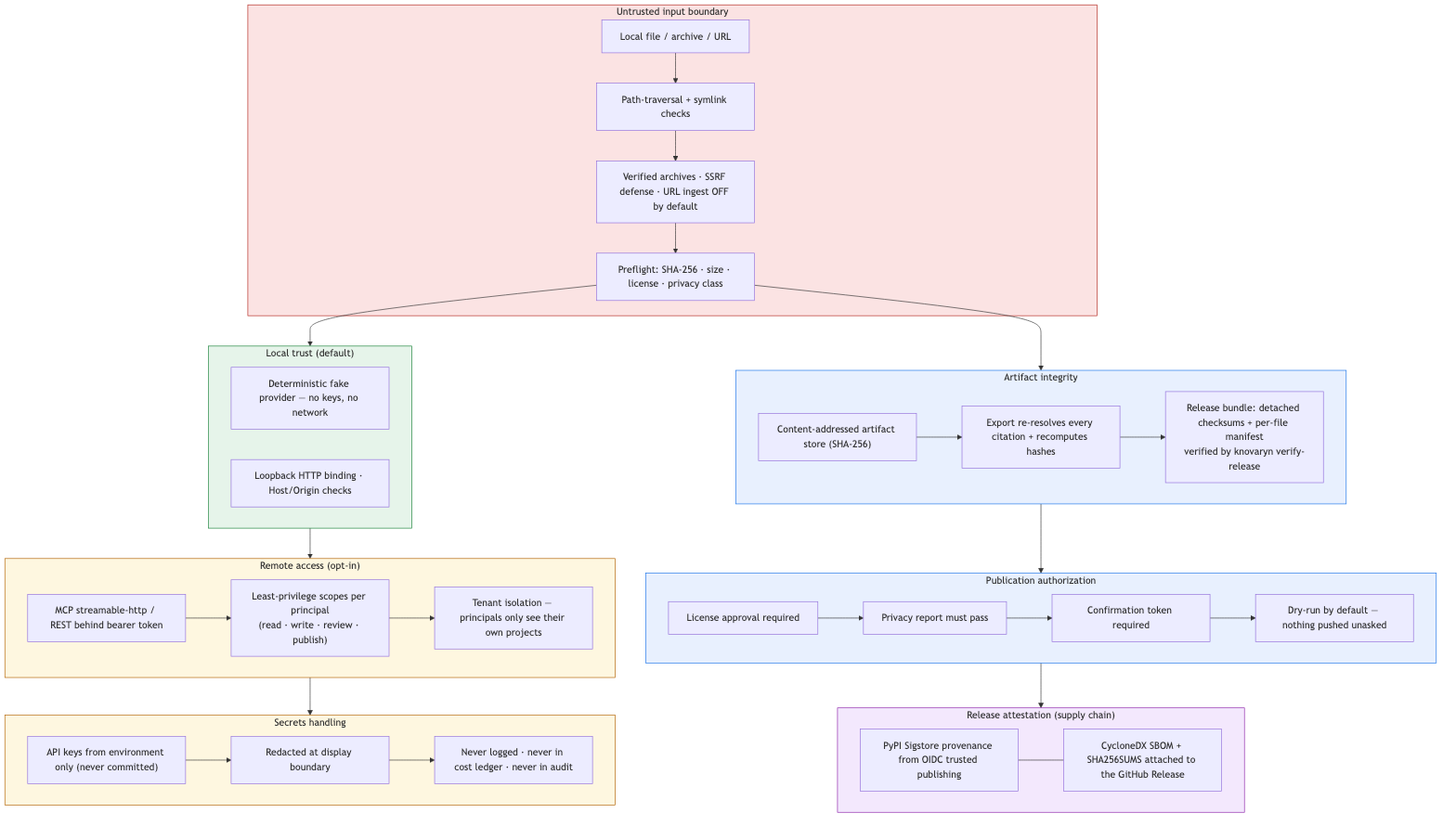
waalwalker1/knovaryn keeps this Mermaid diagram as docs/assets/security.png. Above is the earlier version. Its source is kept beside it as docs/assets/diagrams/security.mmd.
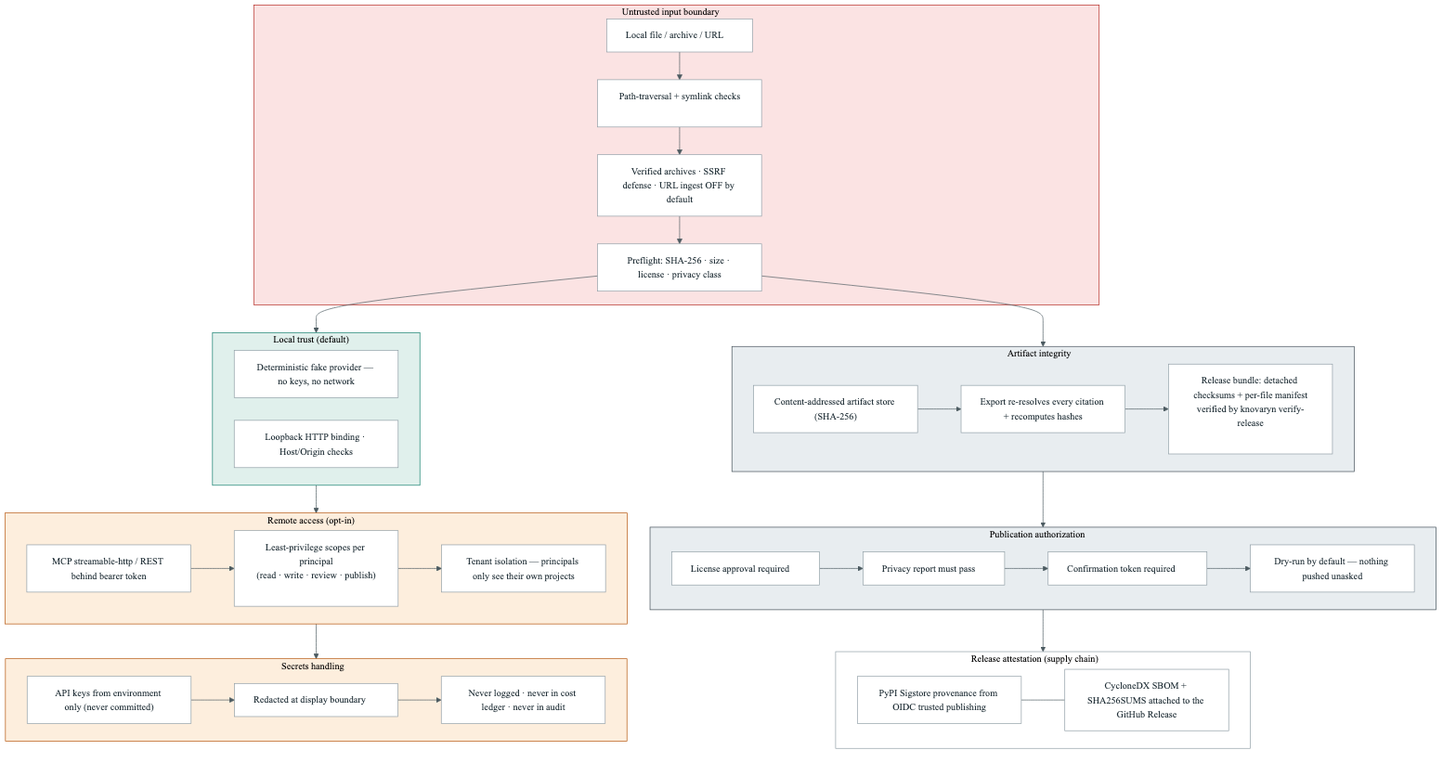
After the commit.

Change to the diagram source:
```diff
@@ -1,3 +1,4 @@
+%%{init: {"theme": "base", "themeVariables": {"primaryColor": "#ffffff", "primaryBorderColor": "#909ea6", "primaryTextColor": "#1c2b33", "lineColor": "#4c5b61", "clusterBkg": "#f7f6f2", "clusterBorder": "#d3dadd", "fontFamily": "-apple-system, BlinkMacSystemFont, Segoe UI, sans-serif", "fontSize": "15px"}, "flowchart": {"nodeSpacing": 36, "rankSpacing": 44}}}%%
 flowchart TD
     subgraph INTAKE["Untrusted input boundary"]
         T1["Local file / archive / URL"]
@@ -56,9 +57,9 @@
     PUBLISH --> RELEASE
 
     style INTAKE fill:#fbe3e3,stroke:#b3261e
-    style REMOTE fill:#fef7e0,stroke:#b06000
-    style SECRETS fill:#fef7e0,stroke:#b06000
-    style LOCAL fill:#e6f4ea,stroke:#188038
-    style ARTIFACTS fill:#e8f0fe,stroke:#1a73e8
-    style PUBLISH fill:#e8f0fe,stroke:#1a73e8
-    style RELEASE fill:#f3e8fd,stroke:#8e24aa
+    style REMOTE fill:#fdeedd,stroke:#b45309
+    style SECRETS fill:#fdeedd,stroke:#b45309
+    style LOCAL fill:#e0f0ec,stroke:#0e7c6b
+    style ARTIFACTS fill:#e8edf0,stroke:#404d55
+    style PUBLISH fill:#e8edf0,stroke:#404d55
+    style RELEASE fill:#ffffff,stroke:#909ea6
```
